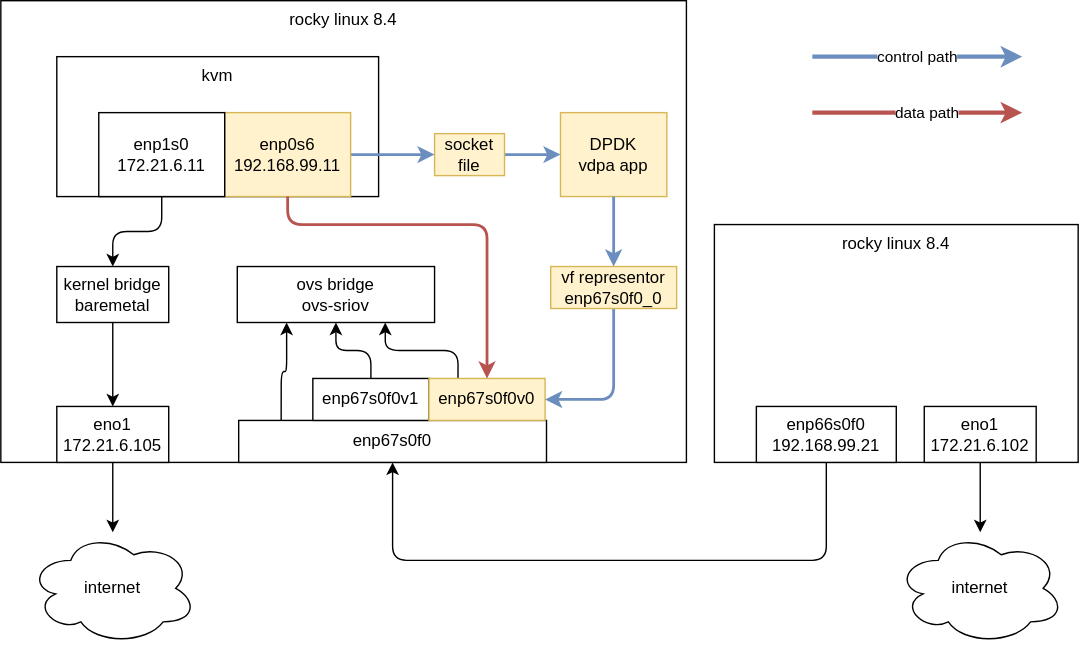
This is redhat/notes/2021/dia/2021.ovs.kernel.vdpa.drawio.svg from wangzheng422/docker_env, a draw.io export, as it was before one commit. Source tidied: cells renumbered, new cells last; positions are measured from the earlier drawing's top-left corner, leaving out a move shared by most shapes.
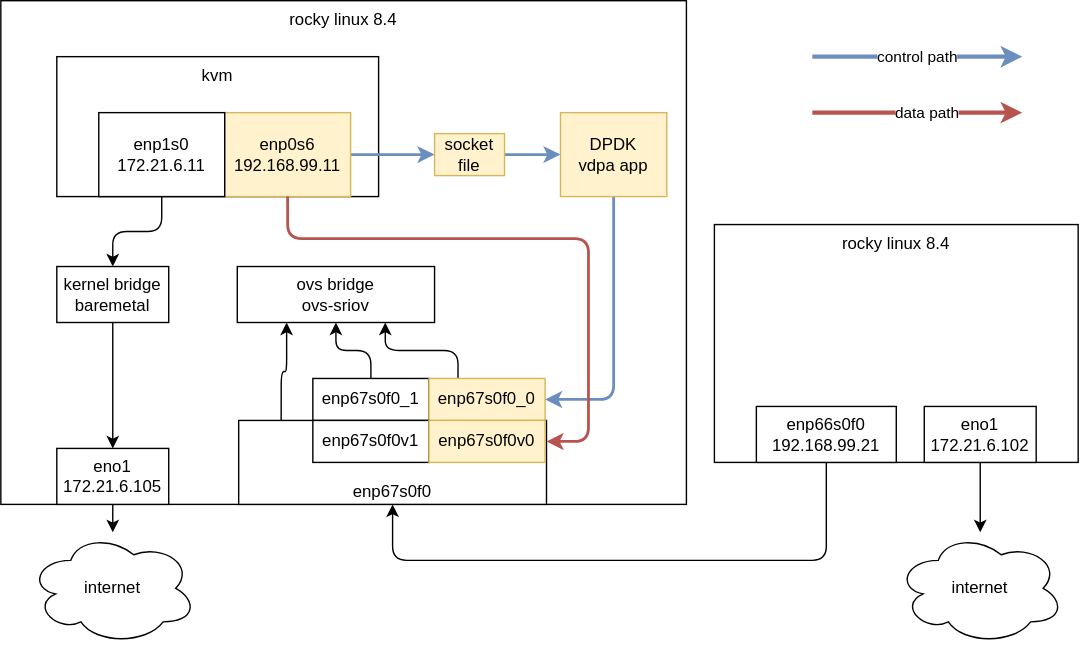
Above is the later version.

Commit message:
vdpa offload

Diff of the diagram source:
```diff
@@ -6,20 +6,20 @@
       <mxGeometry x="510" y="160" width="260" height="170" as="geometry" />
     </mxCell>
     <mxCell id="3" value="rocky linux 8.4" style="rounded=0;whiteSpace=wrap;html=1;verticalAlign=top;" parent="1" vertex="1">
-      <mxGeometry width="490" height="330" as="geometry" />
+      <mxGeometry width="490" height="360" as="geometry" />
     </mxCell>
     <mxCell id="4" value="Untitled Layer" parent="0" />
     <mxCell id="5" style="edgeStyle=orthogonalEdgeStyle;html=1;entryX=0.25;entryY=1;entryDx=0;entryDy=0;exitX=0.138;exitY=0.006;exitDx=0;exitDy=0;exitPerimeter=0;" parent="4" edge="1" source="6" target="15">
       <mxGeometry relative="1" as="geometry" />
     </mxCell>
-    <mxCell id="6" value="enp67s0f0" style="rounded=0;whiteSpace=wrap;html=1;verticalAlign=middle;" parent="4" vertex="1">
-      <mxGeometry x="170" y="300" width="220" height="30" as="geometry" />
+    <mxCell id="6" value="enp67s0f0" style="rounded=0;whiteSpace=wrap;html=1;verticalAlign=bottom;" parent="4" vertex="1">
+      <mxGeometry x="170" y="300" width="220" height="60" as="geometry" />
     </mxCell>
     <mxCell id="7" style="edgeStyle=orthogonalEdgeStyle;html=1;" parent="4" edge="1" source="8" target="26">
       <mxGeometry relative="1" as="geometry" />
     </mxCell>
     <mxCell id="8" value="eno1&lt;br&gt;172.21.6.105" style="rounded=0;whiteSpace=wrap;html=1;verticalAlign=middle;" parent="4" vertex="1">
-      <mxGeometry x="40" y="290" width="80" height="40" as="geometry" />
+      <mxGeometry x="40" y="320" width="80" height="40" as="geometry" />
     </mxCell>
     <mxCell id="9" style="edgeStyle=orthogonalEdgeStyle;html=1;entryX=0.5;entryY=0;entryDx=0;entryDy=0;" parent="4" edge="1" source="10" target="8">
       <mxGeometry relative="1" as="geometry" />
@@ -30,24 +30,20 @@
     <mxCell id="11" style="edgeStyle=orthogonalEdgeStyle;html=1;entryX=0.5;entryY=1;entryDx=0;entryDy=0;" parent="4" edge="1" source="12" target="15">
       <mxGeometry relative="1" as="geometry" />
     </mxCell>
-    <mxCell id="12" value="enp67s0f0v1" style="rounded=0;whiteSpace=wrap;html=1;verticalAlign=middle;" parent="4" vertex="1">
+    <mxCell id="12" value="enp67s0f0_1" style="rounded=0;whiteSpace=wrap;html=1;verticalAlign=middle;" parent="4" vertex="1">
       <mxGeometry x="223" y="270" width="83" height="30" as="geometry" />
     </mxCell>
     <mxCell id="13" style="edgeStyle=orthogonalEdgeStyle;html=1;entryX=0.75;entryY=1;entryDx=0;entryDy=0;exitX=0.25;exitY=0;exitDx=0;exitDy=0;" parent="4" edge="1" source="14" target="15">
       <mxGeometry relative="1" as="geometry" />
     </mxCell>
-    <mxCell id="14" value="enp67s0f0v0" style="rounded=0;whiteSpace=wrap;html=1;verticalAlign=middle;fillColor=#fff2cc;strokeColor=#d6b656;" parent="4" vertex="1">
+    <mxCell id="14" value="enp67s0f0_0" style="rounded=0;whiteSpace=wrap;html=1;verticalAlign=middle;fillColor=#fff2cc;strokeColor=#d6b656;" parent="4" vertex="1">
       <mxGeometry x="306" y="270" width="83" height="30" as="geometry" />
     </mxCell>
     <mxCell id="15" value="ovs bridge&lt;br&gt;ovs-sriov" style="rounded=0;whiteSpace=wrap;html=1;verticalAlign=middle;" parent="4" vertex="1">
       <mxGeometry x="169" y="190" width="141" height="40" as="geometry" />
     </mxCell>
-    <mxCell id="16" style="edgeStyle=orthogonalEdgeStyle;html=1;entryX=1;entryY=0.5;entryDx=0;entryDy=0;fillColor=#dae8fc;strokeColor=#6c8ebf;strokeWidth=2;exitX=0.5;exitY=1;exitDx=0;exitDy=0;startArrow=none;" parent="4" edge="1" source="32" target="14">
-      <mxGeometry relative="1" as="geometry">
-        <Array as="points">
-          <mxPoint x="438" y="285" />
-        </Array>
-      </mxGeometry>
+    <mxCell id="16" style="edgeStyle=orthogonalEdgeStyle;html=1;entryX=1;entryY=0.5;entryDx=0;entryDy=0;fillColor=#dae8fc;strokeColor=#6c8ebf;strokeWidth=2;startArrow=none;exitX=0.5;exitY=1;exitDx=0;exitDy=0;" parent="4" edge="1" source="17" target="14">
+      <mxGeometry relative="1" as="geometry" />
     </mxCell>
     <mxCell id="17" value="DPDK&lt;br&gt;vdpa app" style="rounded=0;whiteSpace=wrap;html=1;verticalAlign=middle;fillColor=#fff2cc;strokeColor=#d6b656;" parent="4" vertex="1">
       <mxGeometry x="400" y="80" width="76" height="60" as="geometry" />
@@ -67,11 +63,12 @@
     <mxCell id="22" value="enp1s0&lt;br&gt;172.21.6.11" style="rounded=0;whiteSpace=wrap;html=1;" parent="4" vertex="1">
       <mxGeometry x="70" y="80" width="90" height="60" as="geometry" />
     </mxCell>
-    <mxCell id="23" style="edgeStyle=orthogonalEdgeStyle;html=1;exitX=0.5;exitY=1;exitDx=0;exitDy=0;entryX=0.5;entryY=0;entryDx=0;entryDy=0;fillColor=#f8cecc;strokeColor=#b85450;strokeWidth=2;" parent="4" edge="1" source="20" target="14">
+    <mxCell id="23" style="edgeStyle=orthogonalEdgeStyle;html=1;exitX=0.5;exitY=1;exitDx=0;exitDy=0;entryX=1;entryY=0.25;entryDx=0;entryDy=0;fillColor=#f8cecc;strokeColor=#b85450;strokeWidth=2;" parent="4" edge="1" source="20" target="6">
       <mxGeometry relative="1" as="geometry">
         <Array as="points">
-          <mxPoint x="205" y="160" />
-          <mxPoint x="348" y="160" />
+          <mxPoint x="205" y="170" />
+          <mxPoint x="420" y="170" />
+          <mxPoint x="420" y="315" />
         </Array>
       </mxGeometry>
     </mxCell>
@@ -104,12 +101,6 @@
     <mxCell id="31" value="socket file" style="rounded=0;whiteSpace=wrap;html=1;verticalAlign=middle;fillColor=#fff2cc;strokeColor=#d6b656;" parent="4" vertex="1">
       <mxGeometry x="310" y="95" width="50" height="30" as="geometry" />
     </mxCell>
-    <mxCell id="32" value="vf representor&lt;br&gt;enp67s0f0_0" style="rounded=0;whiteSpace=wrap;html=1;verticalAlign=middle;fillColor=#fff2cc;strokeColor=#d6b656;" parent="4" vertex="1">
-      <mxGeometry x="393" y="190" width="90" height="30" as="geometry" />
-    </mxCell>
-    <mxCell id="33" style="edgeStyle=orthogonalEdgeStyle;html=1;entryX=0.5;entryY=0;entryDx=0;entryDy=0;fillColor=#dae8fc;strokeColor=#6c8ebf;strokeWidth=2;exitX=0.5;exitY=1;exitDx=0;exitDy=0;endArrow=classic;endFill=1;" parent="4" edge="1" source="17" target="32">
-      <mxGeometry relative="1" as="geometry" />
-    </mxCell>
     <mxCell id="34" value="&amp;nbsp;control path&amp;nbsp;" style="endArrow=classic;html=1;strokeWidth=3;fillColor=#dae8fc;strokeColor=#6c8ebf;" parent="4" edge="1">
       <mxGeometry relative="1" as="geometry">
         <mxPoint x="580" y="40" as="sourcePoint" />
@@ -125,5 +116,11 @@
     <mxCell id="36" value="&amp;nbsp;data path&amp;nbsp;" style="edgeLabel;html=1;align=center;verticalAlign=middle;" parent="35" vertex="1">
       <mxGeometry x="0.07" y="1" relative="1" as="geometry" />
     </mxCell>
+    <mxCell id="37" value="enp67s0f0v1" style="rounded=0;whiteSpace=wrap;html=1;verticalAlign=middle;" parent="4" vertex="1">
+      <mxGeometry x="223" y="300" width="83" height="30" as="geometry" />
+    </mxCell>
+    <mxCell id="38" value="enp67s0f0v0" style="rounded=0;whiteSpace=wrap;html=1;verticalAlign=middle;fillColor=#fff2cc;strokeColor=#d6b656;" parent="4" vertex="1">
+      <mxGeometry x="306" y="300" width="83" height="30" as="geometry" />
+    </mxCell>
   </root>
 </mxGraphModel>
```
